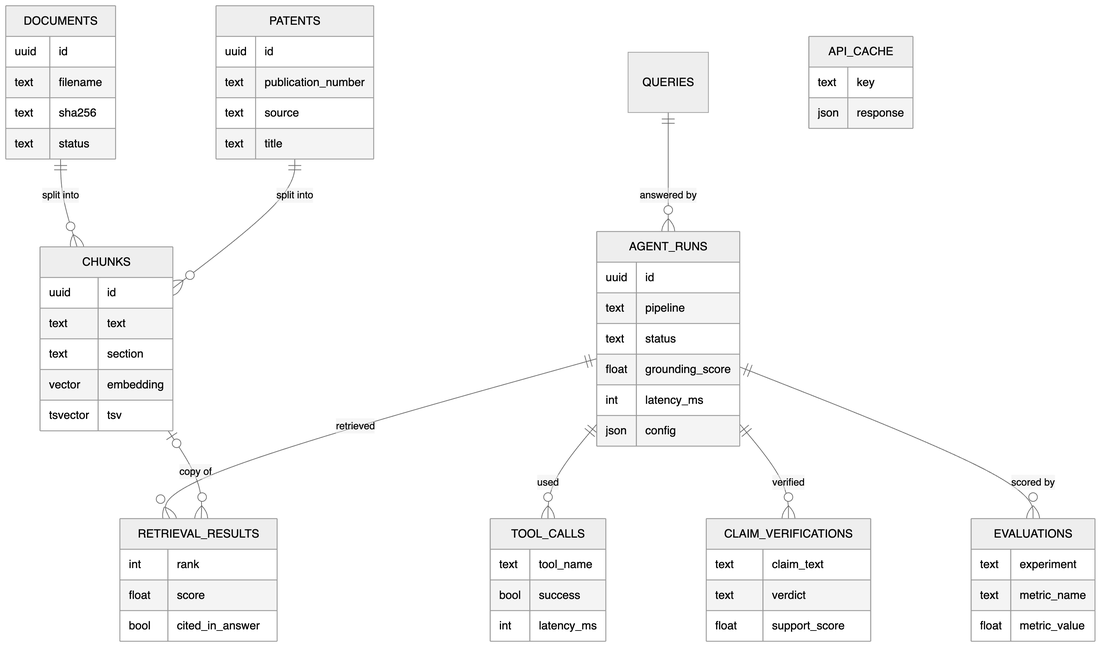
The Mermaid diagram docs/diagrams/6_database.png in saharsh-lab/Agentic-RAG-System-for-Patent-analysis, before a commit. Its source is kept beside it as docs/diagrams/6_database.mmd. Its diagram source:
```mermaid
erDiagram
    DOCUMENTS ||--o{ CHUNKS : "split into"
    PATENTS ||--o{ CHUNKS : "split into"
    QUERIES ||--o{ AGENT_RUNS : "answered by"
    AGENT_RUNS ||--o{ TOOL_CALLS : "used"
    AGENT_RUNS ||--o{ RETRIEVAL_RESULTS : "retrieved"
    AGENT_RUNS ||--o{ CLAIM_VERIFICATIONS : "verified"
    AGENT_RUNS ||--o{ EVALUATIONS : "scored by"
    CHUNKS |o--o{ RETRIEVAL_RESULTS : "copy of"
    DOCUMENTS {
        uuid id
        text filename
        text sha256
        text status
    }
    PATENTS {
        uuid id
        text publication_number
        text source
        text title
    }
    CHUNKS {
        uuid id
        text text
        text section
        vector embedding
        tsvector tsv
    }
    AGENT_RUNS {
        uuid id
        text pipeline
        text status
        float grounding_score
        int latency_ms
        json config
    }
    TOOL_CALLS {
        text tool_name
        bool success
        int latency_ms
    }
    RETRIEVAL_RESULTS {
        int rank
        float score
        bool cited_in_answer
    }
    CLAIM_VERIFICATIONS {
        text claim_text
        text verdict
        float support_score
    }
    EVALUATIONS {
        text experiment
        text metric_name
        float metric_value
    }
    API_CACHE {
        text key
        json response
    }
```
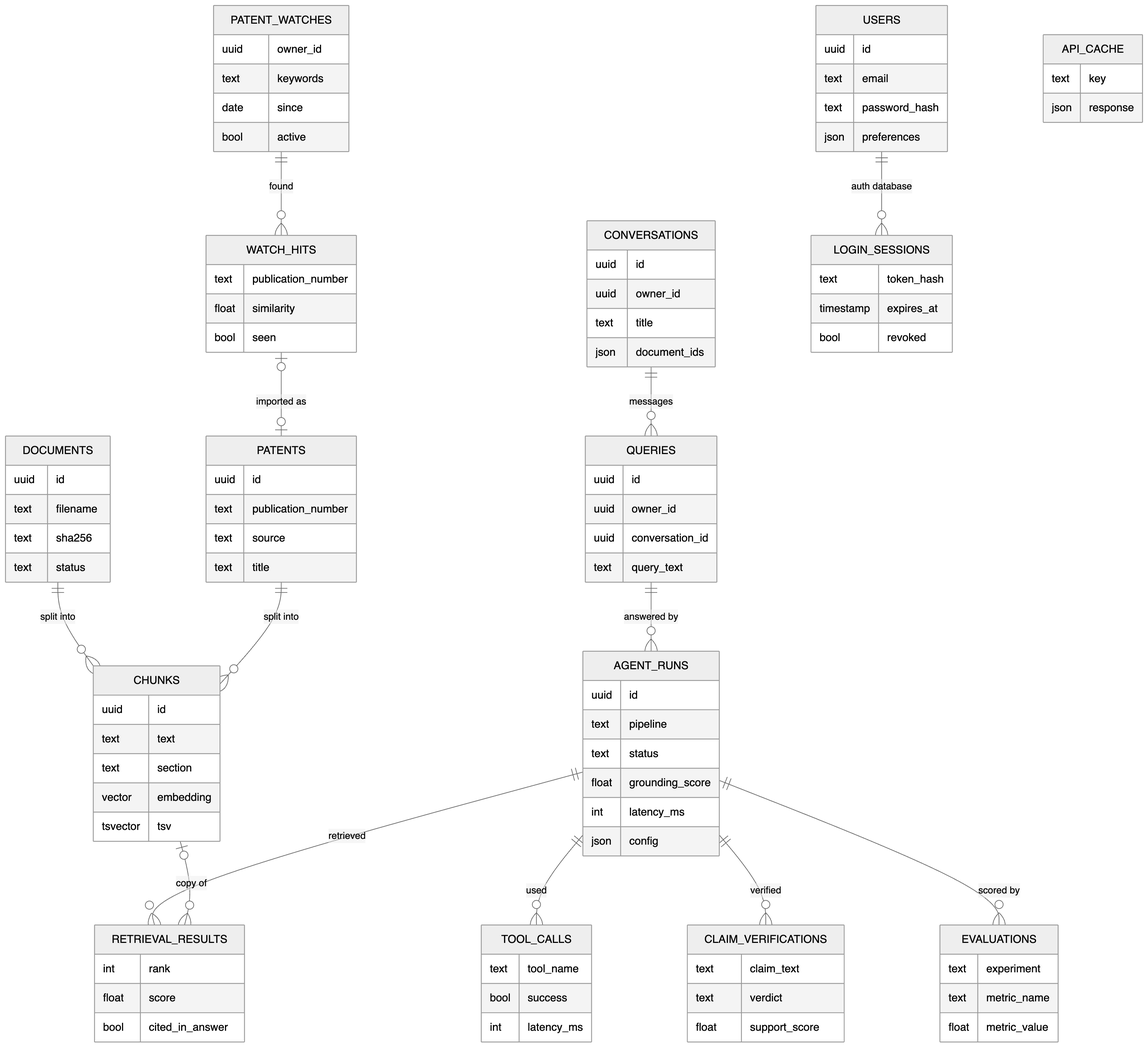
The same file after the commit.

Change to the diagram source:
```diff
@@ -7,6 +7,10 @@
     AGENT_RUNS ||--o{ CLAIM_VERIFICATIONS : "verified"
     AGENT_RUNS ||--o{ EVALUATIONS : "scored by"
     CHUNKS |o--o{ RETRIEVAL_RESULTS : "copy of"
+    CONVERSATIONS ||--o{ QUERIES : "messages"
+    PATENT_WATCHES ||--o{ WATCH_HITS : "found"
+    WATCH_HITS |o--o| PATENTS : "imported as"
+    USERS ||--o{ LOGIN_SESSIONS : "auth database"
     DOCUMENTS {
         uuid id
         text filename
@@ -58,3 +62,37 @@
         text key
         json response
     }
+    CONVERSATIONS {
+        uuid id
+        uuid owner_id
+        text title
+        json document_ids
+    }
+    PATENT_WATCHES {
+        uuid owner_id
+        text keywords
+        date since
+        bool active
+    }
+    WATCH_HITS {
+        text publication_number
+        float similarity
+        bool seen
+    }
+    USERS {
+        uuid id
+        text email
+        text password_hash
+        json preferences
+    }
+    LOGIN_SESSIONS {
+        text token_hash
+        timestamp expires_at
+        bool revoked
+    }
+    QUERIES {
+        uuid id
+        uuid owner_id
+        uuid conversation_id
+        text query_text
+    }
```
